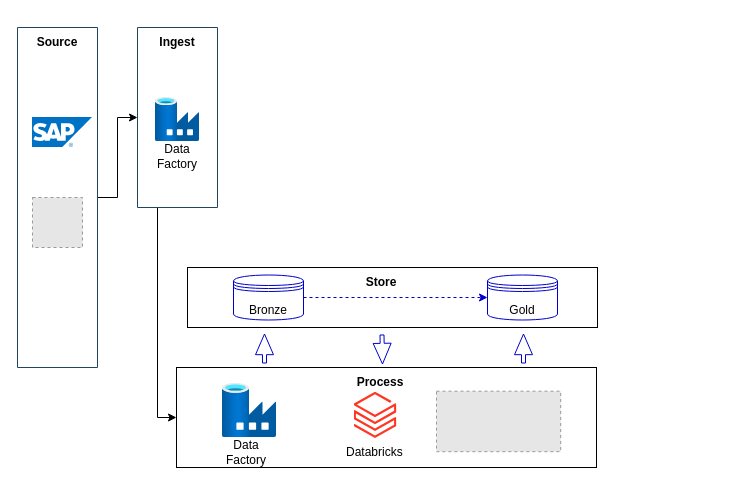
Earlier version of the draw.io diagram Diagrama sem nome.drawio (Nomade25/Projetos-de-Machine-Learning). Source tidied: cells renumbered, new cells numbered last; positions are measured from the earlier drawing's top-left corner, leaving out a move shared by most shapes. Both pictures are drawn from the tidied source at 100%, with x=0, y=0 at pixel (17, 27). Pictures stored in the file or linked from it are replaced by grey dashed boxes.
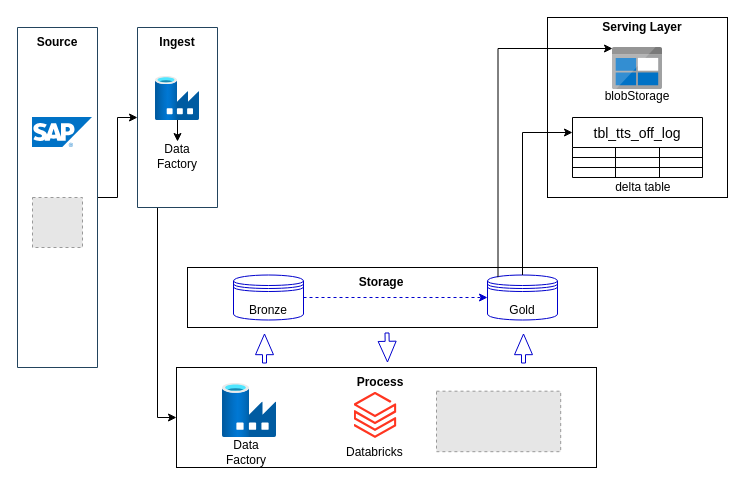
The same diagram, later.

Unchanged cells that the change refers to:
```xml
<mxCell id="8" style="swimlane;startSize=0;fillColor=#E6E6E6;strokeColor=#23445d;" parent="1" vertex="1">
  <mxGeometry x="120" width="80" height="180" as="geometry" />
</mxCell>
<mxCell id="14" style="group;" parent="1" vertex="1">
  <mxGeometry x="170" y="240" width="410" height="60" as="geometry" />
</mxCell>
<mxCell id="21" style="shape=datastore;whiteSpace=wrap;html=1;noLabel=1;strokeColor=#0000CC;" parent="20" vertex="1">
  <mxGeometry width="70" height="45" as="geometry" />
</mxCell>
```

What changed in the source:
```diff
@@
+    <mxCell id="35" style="edgeStyle=orthogonalEdgeStyle;rounded=0;orthogonalLoop=1;jettySize=auto;html=1;" parent="8" edge="1">
+      <mxGeometry relative="1" as="geometry">
+        <mxPoint x="40" y="91" as="sourcePoint" />
+        <mxPoint x="40" y="114" as="targetPoint" />
+      </mxGeometry>
+    </mxCell>
     <mxCell id="10" style="image;html=1;align=center;fontSize=12;image=img/lib/azure2/databases/Data_Factory.svg;" parent="8" vertex="1">
-      <mxGeometry x="18" y="70" width="44" height="44" as="geometry" />
+      <mxGeometry x="18" y="49" width="44" height="44" as="geometry" />
     </mxCell>
@@
-    <mxCell id="23" value="Store" style="text;html=1;strokeColor=none;fillColor=none;align=center;verticalAlign=middle;whiteSpace=wrap;rounded=0;fontStyle=1;" parent="14" vertex="1">
+    <mxCell id="23" value="Storage" style="text;html=1;strokeColor=none;fillColor=none;align=center;verticalAlign=middle;whiteSpace=wrap;rounded=0;fontStyle=1;" parent="14" vertex="1">
       <mxGeometry x="164" width="60" height="30" as="geometry" />
     </mxCell>
@@
     <mxCell id="33" style="shape=flexArrow;endArrow=classic;html=1;rounded=0;endWidth=13;endSize=6.56;width=4;strokeColor=#0000CC;" parent="1" edge="1">
       <mxGeometry relative="1" as="geometry">
-        <mxPoint x="364.5" y="307" as="sourcePoint" />
-        <mxPoint x="365" y="337" as="targetPoint" />
+        <mxPoint x="369.5" y="305" as="sourcePoint" />
+        <mxPoint x="370" y="335" as="targetPoint" />
       </mxGeometry>
     </mxCell>
@@
+    <mxCell id="36" style="whiteSpace=wrap;html=1;" parent="1" vertex="1">
+      <mxGeometry x="530" y="-10" width="180" height="180" as="geometry" />
+    </mxCell>
+    <mxCell id="37" style="image;sketch=0;html=1;points=[];align=center;fontSize=12;image=img/lib/mscae/BlobBlock.svg;" parent="1" vertex="1">
+      <mxGeometry x="595" y="20" width="50" height="42" as="geometry" />
+    </mxCell>
+    <mxCell id="38" value="blobStorage" style="text;html=1;strokeColor=none;fillColor=none;align=center;verticalAlign=middle;whiteSpace=wrap;rounded=0;fontStyle=0;" parent="1" vertex="1">
+      <mxGeometry x="590" y="54" width="60" height="30" as="geometry" />
+    </mxCell>
+    <mxCell id="39" value="tbl_tts_off_log" style="shape=table;startSize=30;childLayout=tableLayout;strokeColor=default;fontSize=14;" parent="1" vertex="1">
+      <mxGeometry x="555" y="90" width="130" height="60" as="geometry" />
+    </mxCell>
+    <mxCell id="40" style="shape=tableRow;horizontal=0;startSize=0;swimlaneHead=0;swimlaneBody=0;strokeColor=inherit;top=0;left=0;bottom=0;right=0;fillColor=none;fontSize=16;" parent="39" vertex="1">
+      <mxGeometry y="30" width="130" height="10" as="geometry" />
+    </mxCell>
+    <mxCell id="41" style="shape=partialRectangle;html=1;whiteSpace=wrap;strokeColor=inherit;overflow=hidden;fillColor=none;top=0;left=0;bottom=0;right=0;fontSize=16;" parent="40" vertex="1">
+      <mxGeometry width="43" height="10" as="geometry" />
+    </mxCell>
+    <mxCell id="42" style="shape=partialRectangle;html=1;whiteSpace=wrap;strokeColor=inherit;overflow=hidden;fillColor=none;top=0;left=0;bottom=0;right=0;fontSize=16;" parent="40" vertex="1">
+      <mxGeometry x="43" width="44" height="10" as="geometry" />
+    </mxCell>
+    <mxCell id="43" style="shape=partialRectangle;html=1;whiteSpace=wrap;strokeColor=inherit;overflow=hidden;fillColor=none;top=0;left=0;bottom=0;right=0;fontSize=16;" parent="40" vertex="1">
+      <mxGeometry x="87" width="43" height="10" as="geometry" />
+    </mxCell>
+    <mxCell id="44" style="shape=tableRow;horizontal=0;startSize=0;swimlaneHead=0;swimlaneBody=0;strokeColor=inherit;top=0;left=0;bottom=0;right=0;fillColor=none;fontSize=16;" parent="39" vertex="1">
+      <mxGeometry y="40" width="130" height="10" as="geometry" />
+    </mxCell>
+    <mxCell id="45" style="shape=partialRectangle;html=1;whiteSpace=wrap;strokeColor=inherit;overflow=hidden;fillColor=none;top=0;left=0;bottom=0;right=0;fontSize=16;" parent="44" vertex="1">
+      <mxGeometry width="43" height="10" as="geometry" />
+    </mxCell>
+    <mxCell id="46" style="shape=partialRectangle;html=1;whiteSpace=wrap;strokeColor=inherit;overflow=hidden;fillColor=none;top=0;left=0;bottom=0;right=0;fontSize=16;" parent="44" vertex="1">
+      <mxGeometry x="43" width="44" height="10" as="geometry" />
+    </mxCell>
+    <mxCell id="47" style="shape=partialRectangle;html=1;whiteSpace=wrap;strokeColor=inherit;overflow=hidden;fillColor=none;top=0;left=0;bottom=0;right=0;fontSize=16;" parent="44" vertex="1">
+      <mxGeometry x="87" width="43" height="10" as="geometry" />
+    </mxCell>
+    <mxCell id="48" style="shape=tableRow;horizontal=0;startSize=0;swimlaneHead=0;swimlaneBody=0;strokeColor=inherit;top=0;left=0;bottom=0;right=0;fillColor=none;fontSize=16;" parent="39" vertex="1">
+      <mxGeometry y="50" width="130" height="10" as="geometry" />
+    </mxCell>
+    <mxCell id="49" style="shape=partialRectangle;html=1;whiteSpace=wrap;strokeColor=inherit;overflow=hidden;fillColor=none;top=0;left=0;bottom=0;right=0;fontSize=16;" parent="48" vertex="1">
+      <mxGeometry width="43" height="10" as="geometry" />
+    </mxCell>
+    <mxCell id="50" style="shape=partialRectangle;html=1;whiteSpace=wrap;strokeColor=inherit;overflow=hidden;fillColor=none;top=0;left=0;bottom=0;right=0;fontSize=16;" parent="48" vertex="1">
+      <mxGeometry x="43" width="44" height="10" as="geometry" />
+    </mxCell>
+    <mxCell id="51" style="shape=partialRectangle;html=1;whiteSpace=wrap;strokeColor=inherit;overflow=hidden;fillColor=none;top=0;left=0;bottom=0;right=0;fontSize=16;" parent="48" vertex="1">
+      <mxGeometry x="87" width="43" height="10" as="geometry" />
+    </mxCell>
+    <mxCell id="52" value="delta table&amp;nbsp;" style="text;html=1;strokeColor=none;fillColor=none;align=center;verticalAlign=middle;whiteSpace=wrap;rounded=0;fontStyle=0;" parent="1" vertex="1">
+      <mxGeometry x="595" y="150" width="65" height="20" as="geometry" />
+    </mxCell>
+    <mxCell id="53" style="edgeStyle=orthogonalEdgeStyle;rounded=0;jettySize=auto;html=1;exitX=0.5;exitY=0;exitDx=0;exitDy=0;entryX=0;entryY=0.25;entryDx=0;entryDy=0;" parent="1" edge="1" source="21" target="39">
+      <mxGeometry relative="1" as="geometry" />
+    </mxCell>
+    <mxCell id="54" style="edgeStyle=orthogonalEdgeStyle;rounded=0;jettySize=auto;html=1;exitX=0.15;exitY=0.05;exitDx=0;exitDy=0;exitPerimeter=0;" parent="1" edge="1" source="21" target="37">
+      <mxGeometry relative="1" as="geometry">
+        <Array as="points">
+          <mxPoint x="481" y="21" />
+        </Array>
+      </mxGeometry>
+    </mxCell>
+    <mxCell id="55" value="Serving Layer" style="text;html=1;strokeColor=none;fillColor=none;align=center;verticalAlign=middle;whiteSpace=wrap;rounded=0;fontStyle=1;" parent="1" vertex="1">
+      <mxGeometry x="580" y="-10" width="90" height="20" as="geometry" />
+    </mxCell>
```
